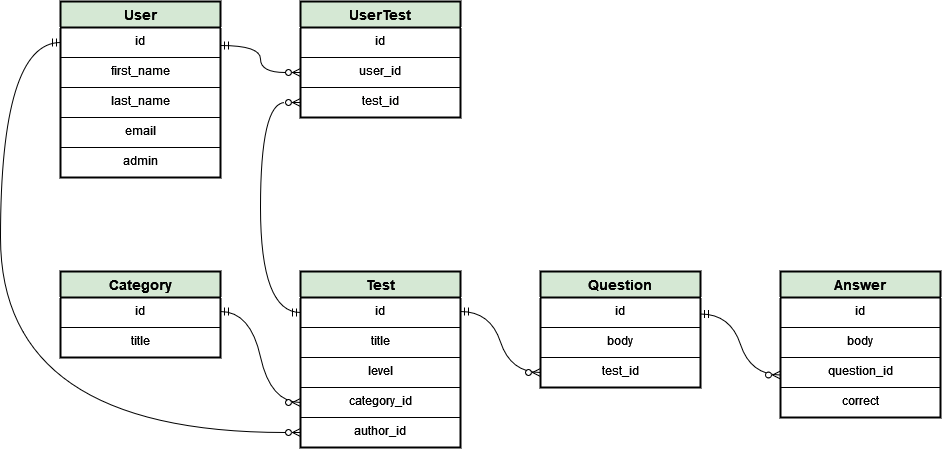
TimLit13/TestGuru keeps this draw.io diagram as storage/ER TestGuru.png. Above is the earlier version. Source tidied: cells renumbered, new cells last; positions are measured from the earlier drawing's top-left corner, leaving out a move shared by most shapes.
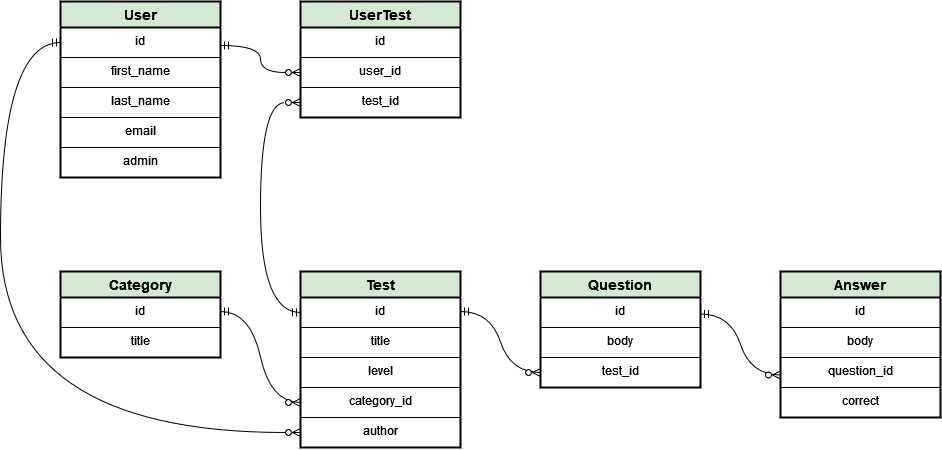
The same diagram one commit later.

Change to the diagram source:
```diff
@@ -26,7 +26,7 @@
     <mxCell id="9" value="category_id" style="text;strokeColor=default;fillColor=none;spacingLeft=4;spacingRight=4;overflow=hidden;points=[[0,0.5],[1,0.5]];portConstraint=eastwest;fontSize=12;html=0;align=center;" parent="5" vertex="1">
       <mxGeometry y="116" width="160" height="30" as="geometry" />
     </mxCell>
-    <mxCell id="10" value="author_id" style="text;strokeColor=default;fillColor=none;spacingLeft=4;spacingRight=4;overflow=hidden;points=[[0,0.5],[1,0.5]];portConstraint=eastwest;fontSize=12;html=0;align=center;" parent="5" vertex="1">
+    <mxCell id="10" value="author" style="text;strokeColor=default;fillColor=none;spacingLeft=4;spacingRight=4;overflow=hidden;points=[[0,0.5],[1,0.5]];portConstraint=eastwest;fontSize=12;html=0;align=center;" parent="5" vertex="1">
       <mxGeometry y="146" width="160" height="30" as="geometry" />
     </mxCell>
     <mxCell id="11" value="Question" style="swimlane;fontStyle=1;horizontal=1;startSize=26;align=center;fontSize=14;strokeWidth=2;html=0;verticalAlign=middle;fillColor=#d5e8d4;strokeColor=#000000;" parent="1" vertex="1">
```
